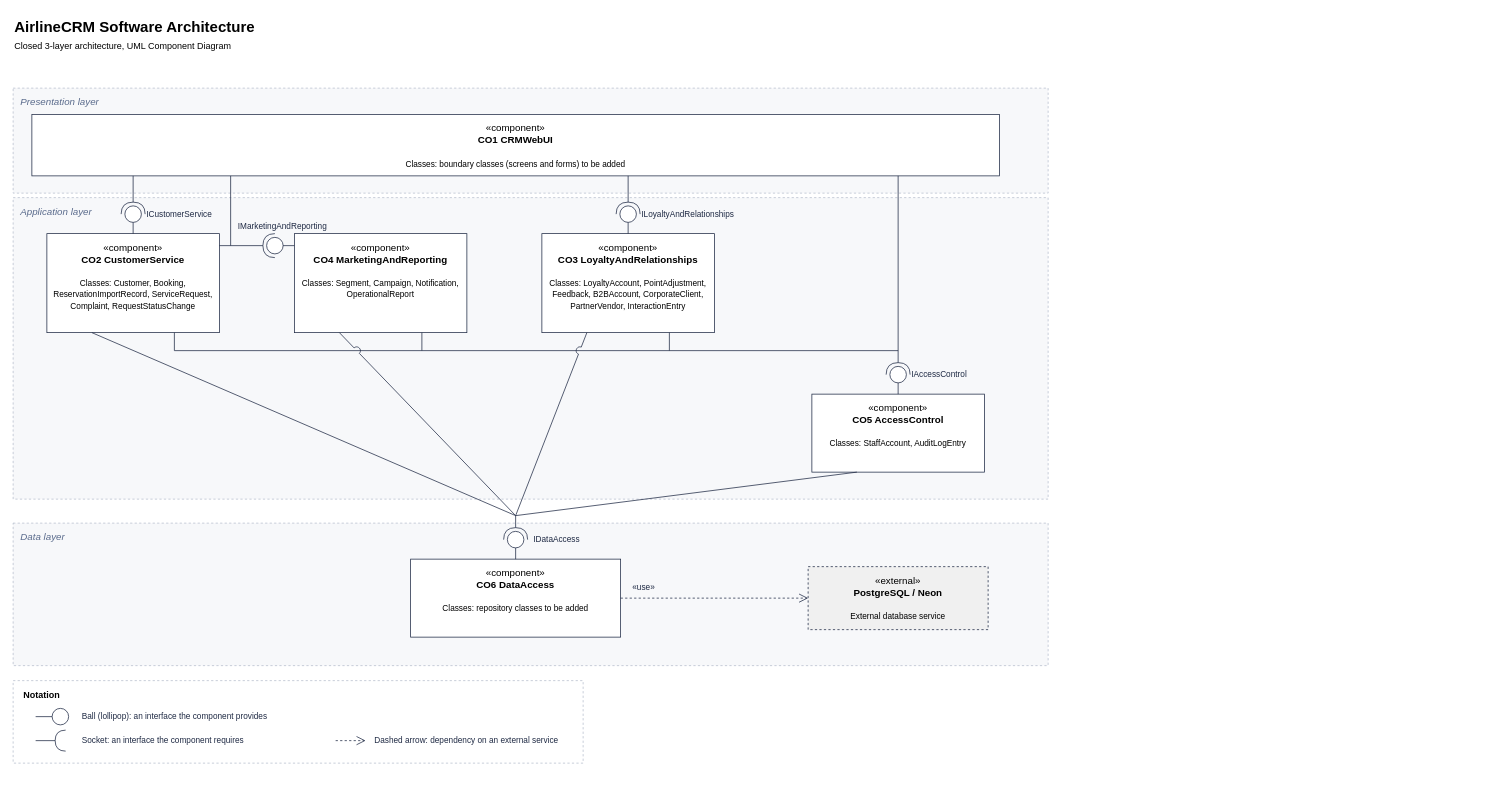
Above: Project/Software_Architecture/Component_Diagram/Software_Architecture_Component_Diagram.drawio in COE420-lab-Team6-Project-CRM/AirlineCRM (draw.io), before the change. Source tidied: cells renumbered, new cells numbered last; positions are measured from the earlier drawing's top-left corner, leaving out a move shared by most shapes. Both pictures are drawn from the tidied source at 75%, with x=0, y=0 at pixel (13, 13).
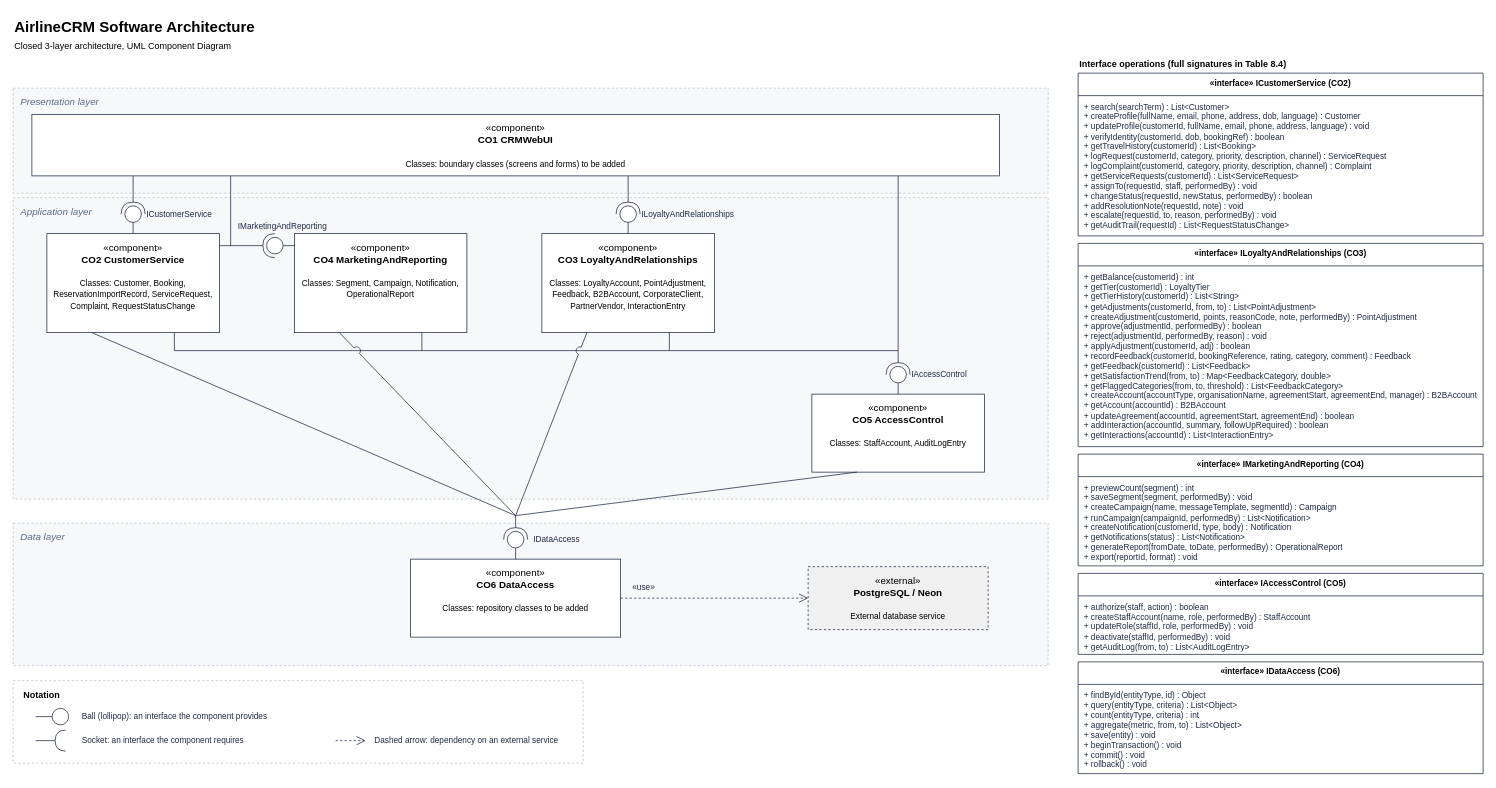
The same diagram, later.

Change to the diagram source:
```diff
@@
+    <mxCell id="59" value="Interface operations (full signatures in Table 8.4)" style="text;html=1;align=left;fontSize=12;fontStyle=1;" parent="1" vertex="1">
+      <mxGeometry x="1420" y="54" width="540" height="20" as="geometry" />
+    </mxCell>
+    <mxCell id="60" value="&amp;laquo;interface&amp;raquo; ICustomerService (CO2)" style="swimlane;fontStyle=1;align=center;verticalAlign=top;horizontal=1;startSize=30;whiteSpace=wrap;html=1;fillColor=#FFFFFF;strokeColor=#1F2A44;fontSize=11;" parent="1" vertex="1">
+      <mxGeometry x="1420" y="80" width="540" height="217" as="geometry" />
+    </mxCell>
+    <mxCell id="61" value="+ search(searchTerm) : List&amp;lt;Customer&amp;gt;&lt;br&gt;+ createProfile(fullName, email, phone, address, dob, language) : Customer&lt;br&gt;+ updateProfile(customerId, fullName, email, phone, address, language) : void&lt;br&gt;+ verifyIdentity(customerId, dob, bookingRef) : boolean&lt;br&gt;+ getTravelHistory(customerId) : List&amp;lt;Booking&amp;gt;&lt;br&gt;+ logRequest(customerId, category, priority, description, channel) : ServiceRequest&lt;br&gt;+ logComplaint(customerId, category, priority, description, channel) : Complaint&lt;br&gt;+ getServiceRequests(customerId) : List&amp;lt;ServiceRequest&amp;gt;&lt;br&gt;+ assignTo(requestId, staff, performedBy) : void&lt;br&gt;+ changeStatus(requestId, newStatus, performedBy) : boolean&lt;br&gt;+ addResolutionNote(requestId, note) : void&lt;br&gt;+ escalate(requestId, to, reason, performedBy) : void&lt;br&gt;+ getAuditTrail(requestId) : List&amp;lt;RequestStatusChange&amp;gt;" style="text;strokeColor=none;fillColor=none;align=left;verticalAlign=top;spacingLeft=6;spacingRight=4;spacingTop=2;overflow=hidden;whiteSpace=wrap;html=1;fontSize=11;fontColor=#1F2A44;" parent="60" vertex="1">
+      <mxGeometry y="30" width="540" height="187" as="geometry" />
+    </mxCell>
+    <mxCell id="62" value="&amp;laquo;interface&amp;raquo; ILoyaltyAndRelationships (CO3)" style="swimlane;fontStyle=1;align=center;verticalAlign=top;horizontal=1;startSize=30;whiteSpace=wrap;html=1;fillColor=#FFFFFF;strokeColor=#1F2A44;fontSize=11;" parent="1" vertex="1">
+      <mxGeometry x="1420" y="307" width="540" height="271" as="geometry" />
+    </mxCell>
+    <mxCell id="63" value="+ getBalance(customerId) : int&lt;br&gt;+ getTier(customerId) : LoyaltyTier&lt;br&gt;+ getTierHistory(customerId) : List&amp;lt;String&amp;gt;&lt;br&gt;+ getAdjustments(customerId, from, to) : List&amp;lt;PointAdjustment&amp;gt;&lt;br&gt;+ createAdjustment(customerId, points, reasonCode, note, performedBy) : PointAdjustment&lt;br&gt;+ approve(adjustmentId, performedBy) : boolean&lt;br&gt;+ reject(adjustmentId, performedBy, reason) : void&lt;br&gt;+ applyAdjustment(customerId, adj) : boolean&lt;br&gt;+ recordFeedback(customerId, bookingReference, rating, category, comment) : Feedback&lt;br&gt;+ getFeedback(customerId) : List&amp;lt;Feedback&amp;gt;&lt;br&gt;+ getSatisfactionTrend(from, to) : Map&amp;lt;FeedbackCategory, double&amp;gt;&lt;br&gt;+ getFlaggedCategories(from, to, threshold) : List&amp;lt;FeedbackCategory&amp;gt;&lt;br&gt;+ createAccount(accountType, organisationName, agreementStart, agreementEnd, manager) : B2BAccount&lt;br&gt;+ getAccount(accountId) : B2BAccount&lt;br&gt;+ updateAgreement(accountId, agreementStart, agreementEnd) : boolean&lt;br&gt;+ addInteraction(accountId, summary, followUpRequired) : boolean&lt;br&gt;+ getInteractions(accountId) : List&amp;lt;InteractionEntry&amp;gt;" style="text;strokeColor=none;fillColor=none;align=left;verticalAlign=top;spacingLeft=6;spacingRight=4;spacingTop=2;overflow=hidden;whiteSpace=wrap;html=1;fontSize=11;fontColor=#1F2A44;" parent="62" vertex="1">
+      <mxGeometry y="30" width="540" height="241" as="geometry" />
+    </mxCell>
+    <mxCell id="64" value="&amp;laquo;interface&amp;raquo; IMarketingAndReporting (CO4)" style="swimlane;fontStyle=1;align=center;verticalAlign=top;horizontal=1;startSize=30;whiteSpace=wrap;html=1;fillColor=#FFFFFF;strokeColor=#1F2A44;fontSize=11;" parent="1" vertex="1">
+      <mxGeometry x="1420" y="588" width="540" height="149" as="geometry" />
+    </mxCell>
+    <mxCell id="65" value="+ previewCount(segment) : int&lt;br&gt;+ saveSegment(segment, performedBy) : void&lt;br&gt;+ createCampaign(name, messageTemplate, segmentId) : Campaign&lt;br&gt;+ runCampaign(campaignId, performedBy) : List&amp;lt;Notification&amp;gt;&lt;br&gt;+ createNotification(customerId, type, body) : Notification&lt;br&gt;+ getNotifications(status) : List&amp;lt;Notification&amp;gt;&lt;br&gt;+ generateReport(fromDate, toDate, performedBy) : OperationalReport&lt;br&gt;+ export(reportId, format) : void" style="text;strokeColor=none;fillColor=none;align=left;verticalAlign=top;spacingLeft=6;spacingRight=4;spacingTop=2;overflow=hidden;whiteSpace=wrap;html=1;fontSize=11;fontColor=#1F2A44;" parent="64" vertex="1">
+      <mxGeometry y="30" width="540" height="119" as="geometry" />
+    </mxCell>
+    <mxCell id="66" value="&amp;laquo;interface&amp;raquo; IAccessControl (CO5)" style="swimlane;fontStyle=1;align=center;verticalAlign=top;horizontal=1;startSize=30;whiteSpace=wrap;html=1;fillColor=#FFFFFF;strokeColor=#1F2A44;fontSize=11;" parent="1" vertex="1">
+      <mxGeometry x="1420" y="747" width="540" height="108" as="geometry" />
+    </mxCell>
+    <mxCell id="67" value="+ authorize(staff, action) : boolean&lt;br&gt;+ createStaffAccount(name, role, performedBy) : StaffAccount&lt;br&gt;+ updateRole(staffId, role, performedBy) : void&lt;br&gt;+ deactivate(staffId, performedBy) : void&lt;br&gt;+ getAuditLog(from, to) : List&amp;lt;AuditLogEntry&amp;gt;" style="text;strokeColor=none;fillColor=none;align=left;verticalAlign=top;spacingLeft=6;spacingRight=4;spacingTop=2;overflow=hidden;whiteSpace=wrap;html=1;fontSize=11;fontColor=#1F2A44;" parent="66" vertex="1">
+      <mxGeometry y="30" width="540" height="78" as="geometry" />
+    </mxCell>
+    <mxCell id="68" value="&amp;laquo;interface&amp;raquo; IDataAccess (CO6)" style="swimlane;fontStyle=1;align=center;verticalAlign=top;horizontal=1;startSize=30;whiteSpace=wrap;html=1;fillColor=#FFFFFF;strokeColor=#1F2A44;fontSize=11;" parent="1" vertex="1">
+      <mxGeometry x="1420" y="865" width="540" height="149" as="geometry" />
+    </mxCell>
+    <mxCell id="69" value="+ findById(entityType, id) : Object&lt;br&gt;+ query(entityType, criteria) : List&amp;lt;Object&amp;gt;&lt;br&gt;+ count(entityType, criteria) : int&lt;br&gt;+ aggregate(metric, from, to) : List&amp;lt;Object&amp;gt;&lt;br&gt;+ save(entity) : void&lt;br&gt;+ beginTransaction() : void&lt;br&gt;+ commit() : void&lt;br&gt;+ rollback() : void" style="text;strokeColor=none;fillColor=none;align=left;verticalAlign=top;spacingLeft=6;spacingRight=4;spacingTop=2;overflow=hidden;whiteSpace=wrap;html=1;fontSize=11;fontColor=#1F2A44;" parent="68" vertex="1">
+      <mxGeometry y="30" width="540" height="119" as="geometry" />
+    </mxCell>
```
